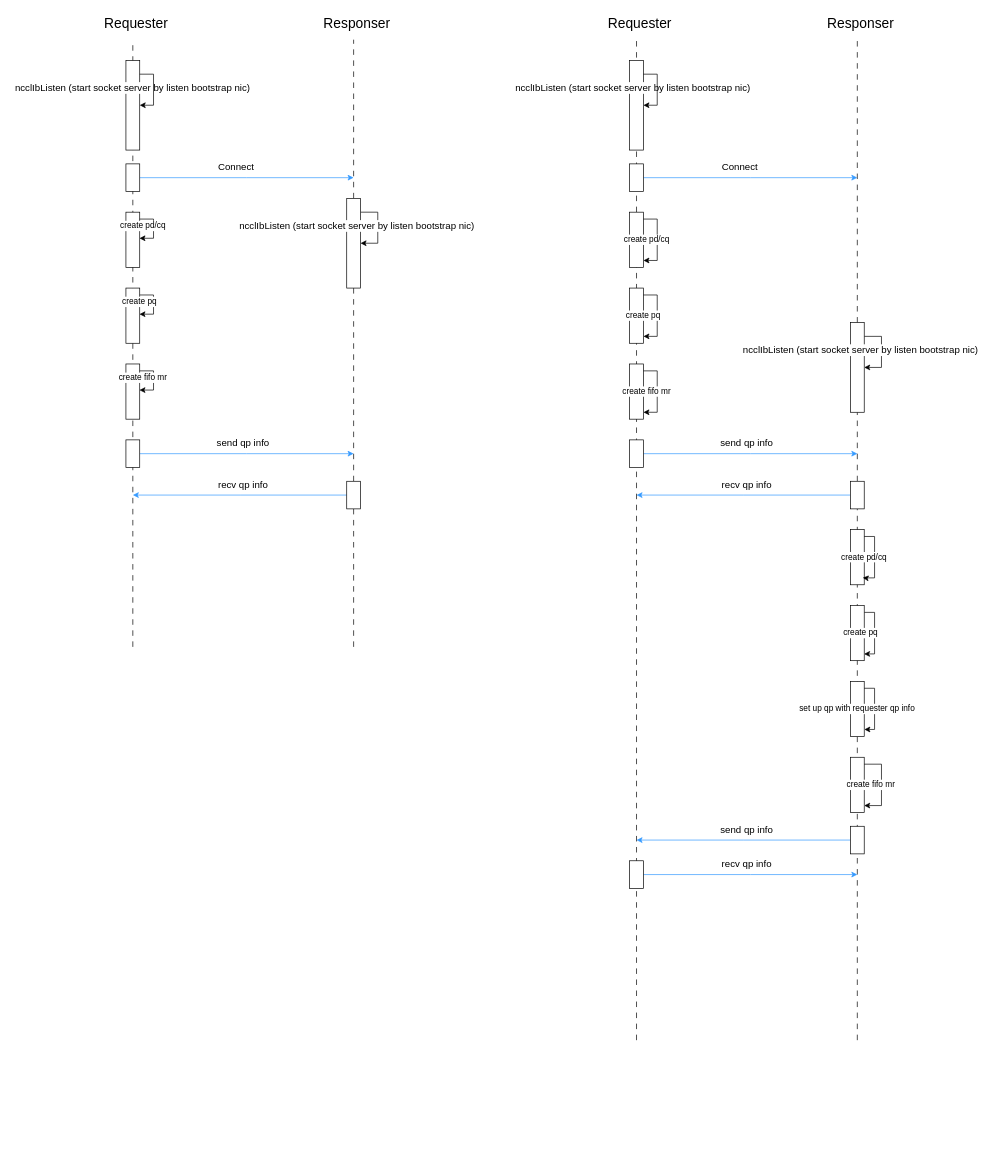
wehyy/my-world keeps this draw.io diagram as page "nccl-communication" (5 of 5) of infiniband.drawio. Above is the earlier version. Source tidied: cells renumbered, new cells numbered last; positions are measured from the earlier drawing's top-left corner, leaving out a move shared by most shapes. Both pictures are drawn from the tidied source at 69%, with x=0, y=0 at pixel (12, 12).
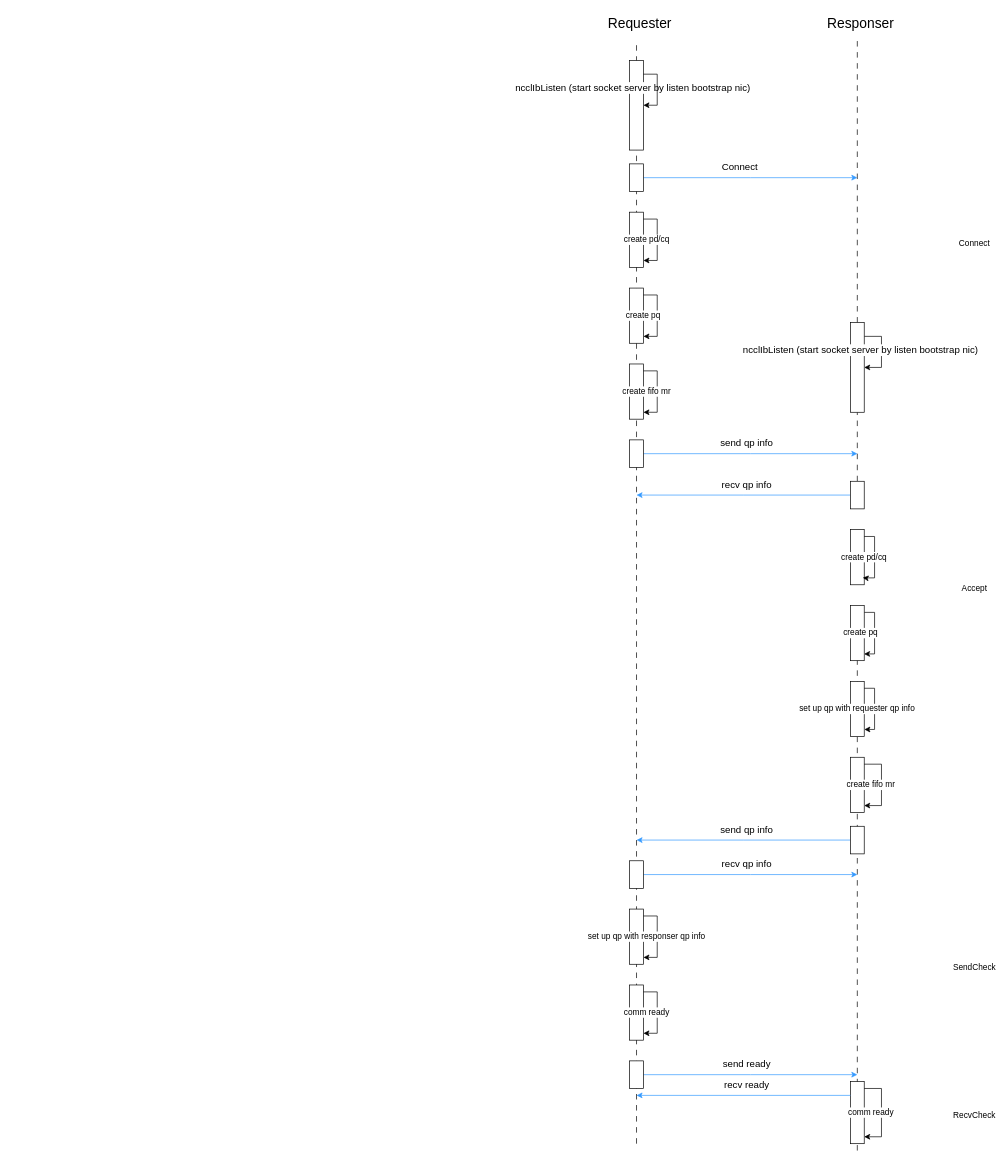
The same page after the edit.

The change refers to these unchanged cells:
```xml
<mxCell id="60" style="rounded=0;whiteSpace=wrap;html=1;align=center;verticalAlign=middle;fontFamily=Helvetica;fontSize=20;labelBackgroundColor=none;" parent="1" vertex="1">
  <mxGeometry x="1215" y="680" width="20" height="40" as="geometry" />
</mxCell>
```

Change to the diagram source:
```diff
@@
-    <mxCell id="2" value="Requester" style="text;strokeColor=none;align=center;fillColor=none;html=1;verticalAlign=middle;whiteSpace=wrap;rounded=0;fontFamily=Helvetica;fontSize=20;fontColor=default;labelBackgroundColor=none;" parent="1" vertex="1">
-      <mxGeometry x="115" width="130" height="30" as="geometry" />
-    </mxCell>
-    <mxCell id="3" value="Responser" style="text;strokeColor=none;align=center;fillColor=none;html=1;verticalAlign=middle;whiteSpace=wrap;rounded=0;fontFamily=Helvetica;fontSize=20;fontColor=default;labelBackgroundColor=none;" parent="1" vertex="1">
-      <mxGeometry x="435" width="130" height="30" as="geometry" />
-    </mxCell>
-    <mxCell id="4" style="endArrow=none;html=1;rounded=0;strokeColor=#000000;align=center;verticalAlign=middle;fontFamily=Helvetica;fontSize=24;fontColor=default;labelBackgroundColor=none;fillColor=#dae8fc;dashed=1;dashPattern=8 8;" parent="1" edge="1">
-      <mxGeometry relative="1" as="geometry">
-        <mxPoint x="175" y="920" as="sourcePoint" />
-        <mxPoint x="175" y="40" as="targetPoint" />
-      </mxGeometry>
-    </mxCell>
-    <mxCell id="5" style="endArrow=none;html=1;rounded=0;strokeColor=#000000;align=center;verticalAlign=middle;fontFamily=Helvetica;fontSize=24;fontColor=default;labelBackgroundColor=none;fillColor=#dae8fc;dashed=1;dashPattern=8 8;" parent="1" edge="1" source="26">
-      <mxGeometry relative="1" as="geometry">
-        <mxPoint x="495" y="40" as="targetPoint" />
-      </mxGeometry>
-    </mxCell>
-    <mxCell id="6" style="rounded=0;whiteSpace=wrap;html=1;align=center;verticalAlign=middle;fontFamily=Helvetica;fontSize=20;labelBackgroundColor=none;" parent="1" vertex="1">
-      <mxGeometry x="165" y="70" width="20" height="130" as="geometry" />
-    </mxCell>
-    <mxCell id="7" value="ncclIbListen (start socket server by listen bootstrap nic)" style="text;strokeColor=none;align=center;fillColor=none;html=1;verticalAlign=middle;whiteSpace=wrap;rounded=0;fontFamily=Helvetica;fontSize=14;fontColor=default;labelBackgroundColor=default;" parent="1" vertex="1">
-      <mxGeometry y="100" width="350" height="20" as="geometry" />
-    </mxCell>
-    <mxCell id="8" style="edgeStyle=orthogonalEdgeStyle;rounded=0;orthogonalLoop=1;jettySize=auto;html=1;entryX=1;entryY=0.5;entryDx=0;entryDy=0;strokeColor=#000000;align=center;verticalAlign=middle;fontFamily=Helvetica;fontSize=14;fontColor=default;labelBackgroundColor=none;endArrow=classic;fillColor=#dae8fc;" parent="1" edge="1" source="6" target="6">
-      <mxGeometry relative="1" as="geometry">
-        <Array as="points">
-          <mxPoint x="205" y="90" />
-          <mxPoint x="205" y="135" />
-        </Array>
-      </mxGeometry>
-    </mxCell>
-    <mxCell id="9" style="edgeStyle=orthogonalEdgeStyle;rounded=0;jettySize=auto;html=1;strokeColor=#3399FF;align=center;verticalAlign=middle;fontFamily=Helvetica;fontSize=14;fontColor=default;labelBackgroundColor=none;endArrow=classic;fillColor=#dae8fc;" parent="1" edge="1" source="10">
-      <mxGeometry relative="1" as="geometry">
-        <mxPoint x="495" y="240" as="targetPoint" />
-      </mxGeometry>
-    </mxCell>
-    <mxCell id="10" style="rounded=0;whiteSpace=wrap;html=1;align=center;verticalAlign=middle;fontFamily=Helvetica;fontSize=20;labelBackgroundColor=none;" parent="1" vertex="1">
-      <mxGeometry x="165" y="220" width="20" height="40" as="geometry" />
-    </mxCell>
-    <mxCell id="11" style="rounded=0;whiteSpace=wrap;html=1;align=center;verticalAlign=middle;fontFamily=Helvetica;fontSize=20;labelBackgroundColor=none;" parent="1" vertex="1">
-      <mxGeometry x="165" y="290" width="20" height="80" as="geometry" />
-    </mxCell>
-    <mxCell id="12" value="Connect" style="text;strokeColor=none;align=center;fillColor=none;html=1;verticalAlign=middle;whiteSpace=wrap;rounded=0;fontFamily=Helvetica;fontSize=14;fontColor=default;labelBackgroundColor=none;" parent="1" vertex="1">
-      <mxGeometry x="295" y="210" width="60" height="30" as="geometry" />
-    </mxCell>
-    <mxCell id="13" style="edgeStyle=orthogonalEdgeStyle;rounded=0;orthogonalLoop=1;jettySize=auto;html=1;entryX=0.98;entryY=0.473;entryDx=0;entryDy=0;entryPerimeter=0;" parent="1" edge="1" source="11" target="11">
-      <mxGeometry relative="1" as="geometry">
-        <Array as="points">
-          <mxPoint x="205" y="300" />
-          <mxPoint x="205" y="328" />
-        </Array>
-      </mxGeometry>
-    </mxCell>
-    <mxCell id="14" style="rounded=0;whiteSpace=wrap;html=1;align=center;verticalAlign=middle;fontFamily=Helvetica;fontSize=20;labelBackgroundColor=none;" parent="1" vertex="1">
-      <mxGeometry x="165" y="400" width="20" height="80" as="geometry" />
-    </mxCell>
-    <mxCell id="15" style="edgeStyle=orthogonalEdgeStyle;rounded=0;orthogonalLoop=1;jettySize=auto;html=1;entryX=0.98;entryY=0.473;entryDx=0;entryDy=0;entryPerimeter=0;" parent="1" edge="1" source="14" target="14">
-      <mxGeometry relative="1" as="geometry">
-        <Array as="points">
-          <mxPoint x="205" y="410" />
-          <mxPoint x="205" y="438" />
-        </Array>
-      </mxGeometry>
-    </mxCell>
-    <mxCell id="16" value="create pd/cq" style="text;strokeColor=none;align=center;fillColor=none;html=1;verticalAlign=middle;whiteSpace=wrap;rounded=0;labelBackgroundColor=default;" parent="1" vertex="1">
-      <mxGeometry x="155" y="300" width="70" height="20" as="geometry" />
-    </mxCell>
-    <mxCell id="17" value="create pq" style="text;strokeColor=none;align=center;fillColor=none;html=1;verticalAlign=middle;whiteSpace=wrap;rounded=0;labelBackgroundColor=default;" parent="1" vertex="1">
-      <mxGeometry x="145" y="410" width="80" height="20" as="geometry" />
-    </mxCell>
-    <mxCell id="18" style="rounded=0;whiteSpace=wrap;html=1;align=center;verticalAlign=middle;fontFamily=Helvetica;fontSize=20;labelBackgroundColor=none;" parent="1" vertex="1">
-      <mxGeometry x="165" y="510" width="20" height="80" as="geometry" />
-    </mxCell>
-    <mxCell id="19" style="edgeStyle=orthogonalEdgeStyle;rounded=0;orthogonalLoop=1;jettySize=auto;html=1;entryX=0.98;entryY=0.473;entryDx=0;entryDy=0;entryPerimeter=0;" parent="1" edge="1" source="18" target="18">
-      <mxGeometry relative="1" as="geometry">
-        <Array as="points">
-          <mxPoint x="205" y="520" />
-          <mxPoint x="205" y="548" />
-        </Array>
-      </mxGeometry>
-    </mxCell>
-    <mxCell id="20" value="create fifo mr" style="text;strokeColor=none;align=center;fillColor=none;html=1;verticalAlign=middle;whiteSpace=wrap;rounded=0;labelBackgroundColor=default;" parent="1" vertex="1">
-      <mxGeometry x="145" y="520" width="90" height="20" as="geometry" />
-    </mxCell>
-    <mxCell id="21" style="edgeStyle=orthogonalEdgeStyle;rounded=0;jettySize=auto;html=1;strokeColor=#3399FF;align=center;verticalAlign=middle;fontFamily=Helvetica;fontSize=14;fontColor=default;labelBackgroundColor=none;endArrow=classic;fillColor=#dae8fc;" parent="1" edge="1" source="22">
-      <mxGeometry relative="1" as="geometry">
-        <mxPoint x="495" y="640" as="targetPoint" />
-      </mxGeometry>
-    </mxCell>
-    <mxCell id="22" style="rounded=0;whiteSpace=wrap;html=1;align=center;verticalAlign=middle;fontFamily=Helvetica;fontSize=20;labelBackgroundColor=none;" parent="1" vertex="1">
-      <mxGeometry x="165" y="620" width="20" height="40" as="geometry" />
-    </mxCell>
-    <mxCell id="23" value="send qp info" style="text;strokeColor=none;align=center;fillColor=none;html=1;verticalAlign=middle;whiteSpace=wrap;rounded=0;fontFamily=Helvetica;fontSize=14;fontColor=default;labelBackgroundColor=none;" parent="1" vertex="1">
-      <mxGeometry x="295" y="610" width="80" height="30" as="geometry" />
-    </mxCell>
-    <mxCell id="24" style="edgeStyle=orthogonalEdgeStyle;rounded=0;orthogonalLoop=1;jettySize=auto;html=1;entryX=1;entryY=0.5;entryDx=0;entryDy=0;strokeColor=#000000;align=center;verticalAlign=middle;fontFamily=Helvetica;fontSize=14;fontColor=default;labelBackgroundColor=none;endArrow=classic;fillColor=#dae8fc;" parent="1" edge="1" source="26" target="26">
-      <mxGeometry relative="1" as="geometry">
-        <Array as="points">
-          <mxPoint x="530" y="290" />
-          <mxPoint x="530" y="335" />
-        </Array>
-      </mxGeometry>
-    </mxCell>
-    <mxCell id="25" style="endArrow=none;html=1;rounded=0;strokeColor=#000000;align=center;verticalAlign=middle;fontFamily=Helvetica;fontSize=24;fontColor=default;labelBackgroundColor=none;fillColor=#dae8fc;dashed=1;dashPattern=8 8;" parent="1" edge="1" source="30" target="26">
-      <mxGeometry relative="1" as="geometry" />
-    </mxCell>
-    <mxCell id="26" style="rounded=0;whiteSpace=wrap;html=1;align=center;verticalAlign=middle;fontFamily=Helvetica;fontSize=20;labelBackgroundColor=none;" parent="1" vertex="1">
-      <mxGeometry x="485" y="270" width="20" height="130" as="geometry" />
-    </mxCell>
-    <mxCell id="27" value="ncclIbListen (start socket server by listen bootstrap nic)" style="text;strokeColor=none;align=center;fillColor=none;html=1;verticalAlign=middle;whiteSpace=wrap;rounded=0;fontFamily=Helvetica;fontSize=14;fontColor=default;labelBackgroundColor=default;" parent="1" vertex="1">
-      <mxGeometry x="325" y="300" width="350" height="20" as="geometry" />
-    </mxCell>
-    <mxCell id="28" style="endArrow=none;html=1;rounded=0;strokeColor=#000000;align=center;verticalAlign=middle;fontFamily=Helvetica;fontSize=24;fontColor=default;labelBackgroundColor=none;fillColor=#dae8fc;dashed=1;dashPattern=8 8;" parent="1" edge="1" target="30">
-      <mxGeometry relative="1" as="geometry">
-        <mxPoint x="495" y="920" as="sourcePoint" />
-      </mxGeometry>
-    </mxCell>
-    <mxCell id="29" style="edgeStyle=orthogonalEdgeStyle;rounded=0;jettySize=auto;html=1;fontColor=#3399FF;strokeColor=#3399FF;" parent="1" edge="1" source="30">
-      <mxGeometry relative="1" as="geometry">
-        <mxPoint x="175" y="700" as="targetPoint" />
-      </mxGeometry>
-    </mxCell>
-    <mxCell id="30" style="rounded=0;whiteSpace=wrap;html=1;align=center;verticalAlign=middle;fontFamily=Helvetica;fontSize=20;labelBackgroundColor=none;" parent="1" vertex="1">
-      <mxGeometry x="485" y="680" width="20" height="40" as="geometry" />
-    </mxCell>
-    <mxCell id="31" value="recv qp info" style="text;strokeColor=none;align=center;fillColor=none;html=1;verticalAlign=middle;whiteSpace=wrap;rounded=0;fontFamily=Helvetica;fontSize=14;fontColor=default;labelBackgroundColor=none;" parent="1" vertex="1">
-      <mxGeometry x="295" y="670" width="80" height="30" as="geometry" />
-    </mxCell>
@@
     <mxCell id="34" style="endArrow=none;html=1;rounded=0;strokeColor=#000000;align=center;verticalAlign=middle;fontFamily=Helvetica;fontSize=24;fontColor=default;labelBackgroundColor=none;fillColor=#dae8fc;dashed=1;dashPattern=8 8;" parent="1" edge="1">
       <mxGeometry relative="1" as="geometry">
-        <mxPoint x="905" y="1490" as="sourcePoint" />
+        <mxPoint x="905" y="1640" as="sourcePoint" />
         <mxPoint x="905" y="40" as="targetPoint" />
       </mxGeometry>
     </mxCell>
@@
-    <mxCell id="58" style="endArrow=none;html=1;rounded=0;strokeColor=#000000;align=center;verticalAlign=middle;fontFamily=Helvetica;fontSize=24;fontColor=default;labelBackgroundColor=none;fillColor=#dae8fc;dashed=1;dashPattern=8 8;" parent="1" edge="1" target="60">
+    <mxCell id="58" style="endArrow=none;html=1;rounded=0;strokeColor=#000000;align=center;verticalAlign=middle;fontFamily=Helvetica;fontSize=24;fontColor=default;labelBackgroundColor=none;fillColor=#dae8fc;dashed=1;dashPattern=8 8;" parent="1" edge="1">
       <mxGeometry relative="1" as="geometry">
-        <mxPoint x="1225" y="1490" as="sourcePoint" />
+        <mxPoint x="1225" y="1650" as="sourcePoint" />
+        <mxPoint x="1225" y="880" as="targetPoint" />
       </mxGeometry>
     </mxCell>
@@
+    <mxCell id="81" style="rounded=0;whiteSpace=wrap;html=1;align=center;verticalAlign=middle;fontFamily=Helvetica;fontSize=20;labelBackgroundColor=none;" parent="1" vertex="1">
+      <mxGeometry x="895" y="1300" width="20" height="80" as="geometry" />
+    </mxCell>
+    <mxCell id="82" style="edgeStyle=orthogonalEdgeStyle;rounded=0;orthogonalLoop=1;jettySize=auto;html=1;" parent="1" edge="1" source="81" target="81">
+      <mxGeometry relative="1" as="geometry">
+        <Array as="points">
+          <mxPoint x="935" y="1310" />
+          <mxPoint x="935" y="1370" />
+        </Array>
+      </mxGeometry>
+    </mxCell>
+    <mxCell id="83" value="set up qp with responser qp info" style="text;strokeColor=none;align=center;fillColor=none;html=1;verticalAlign=middle;whiteSpace=wrap;rounded=0;labelBackgroundColor=default;" parent="1" vertex="1">
+      <mxGeometry x="825" y="1330" width="190" height="20" as="geometry" />
+    </mxCell>
+    <mxCell id="84" style="rounded=0;whiteSpace=wrap;html=1;align=center;verticalAlign=middle;fontFamily=Helvetica;fontSize=20;labelBackgroundColor=none;" parent="1" vertex="1">
+      <mxGeometry x="895" y="1410" width="20" height="80" as="geometry" />
+    </mxCell>
+    <mxCell id="85" style="edgeStyle=orthogonalEdgeStyle;rounded=0;orthogonalLoop=1;jettySize=auto;html=1;" parent="1" edge="1" source="84" target="84">
+      <mxGeometry relative="1" as="geometry">
+        <Array as="points">
+          <mxPoint x="935" y="1420" />
+          <mxPoint x="935" y="1480" />
+        </Array>
+      </mxGeometry>
+    </mxCell>
+    <mxCell id="86" value="comm ready" style="text;strokeColor=none;align=center;fillColor=none;html=1;verticalAlign=middle;whiteSpace=wrap;rounded=0;labelBackgroundColor=default;" parent="1" vertex="1">
+      <mxGeometry x="885" y="1440" width="70" height="20" as="geometry" />
+    </mxCell>
+    <mxCell id="87" style="edgeStyle=orthogonalEdgeStyle;rounded=0;jettySize=auto;html=1;strokeColor=#3399FF;align=center;verticalAlign=middle;fontFamily=Helvetica;fontSize=14;fontColor=default;labelBackgroundColor=none;endArrow=classic;fillColor=#dae8fc;" parent="1" edge="1" source="88">
+      <mxGeometry relative="1" as="geometry">
+        <mxPoint x="1225" y="1540" as="targetPoint" />
+      </mxGeometry>
+    </mxCell>
+    <mxCell id="88" style="rounded=0;whiteSpace=wrap;html=1;align=center;verticalAlign=middle;fontFamily=Helvetica;fontSize=20;labelBackgroundColor=none;" parent="1" vertex="1">
+      <mxGeometry x="895" y="1520" width="20" height="40" as="geometry" />
+    </mxCell>
+    <mxCell id="89" value="send ready" style="text;strokeColor=none;align=center;fillColor=none;html=1;verticalAlign=middle;whiteSpace=wrap;rounded=0;fontFamily=Helvetica;fontSize=14;fontColor=default;labelBackgroundColor=none;" parent="1" vertex="1">
+      <mxGeometry x="1025" y="1510" width="80" height="30" as="geometry" />
+    </mxCell>
+    <mxCell id="90" style="rounded=0;whiteSpace=wrap;html=1;align=center;verticalAlign=middle;fontFamily=Helvetica;fontSize=20;labelBackgroundColor=none;" parent="1" vertex="1">
+      <mxGeometry x="1215" y="1550" width="20" height="90" as="geometry" />
+    </mxCell>
+    <mxCell id="91" style="edgeStyle=orthogonalEdgeStyle;rounded=0;orthogonalLoop=1;jettySize=auto;html=1;" parent="1" edge="1" source="90" target="90">
+      <mxGeometry relative="1" as="geometry">
+        <Array as="points">
+          <mxPoint x="1260" y="1560" />
+          <mxPoint x="1260" y="1630" />
+        </Array>
+      </mxGeometry>
+    </mxCell>
+    <mxCell id="92" value="comm ready" style="text;strokeColor=none;align=center;fillColor=none;html=1;verticalAlign=middle;whiteSpace=wrap;rounded=0;labelBackgroundColor=default;" parent="1" vertex="1">
+      <mxGeometry x="1200" y="1585" width="90" height="20" as="geometry" />
+    </mxCell>
+    <mxCell id="93" style="edgeStyle=orthogonalEdgeStyle;rounded=0;orthogonalLoop=1;jettySize=auto;html=1;strokeColor=#3399FF;align=center;verticalAlign=middle;fontFamily=Helvetica;fontSize=14;fontColor=default;labelBackgroundColor=none;endArrow=none;fillColor=#dae8fc;startArrow=classic;startFill=1;endFill=0;" parent="1" edge="1">
+      <mxGeometry relative="1" as="geometry">
+        <mxPoint x="905" y="1570" as="sourcePoint" />
+        <mxPoint x="1215" y="1570" as="targetPoint" />
+      </mxGeometry>
+    </mxCell>
+    <mxCell id="94" value="recv ready" style="text;strokeColor=none;align=center;fillColor=none;html=1;verticalAlign=middle;whiteSpace=wrap;rounded=0;fontFamily=Helvetica;fontSize=14;fontColor=default;labelBackgroundColor=none;" parent="1" vertex="1">
+      <mxGeometry x="1025" y="1540" width="80" height="30" as="geometry" />
+    </mxCell>
+    <mxCell id="12" value="Connect" style="text;strokeColor=none;align=center;fillColor=none;html=1;verticalAlign=middle;whiteSpace=wrap;rounded=0;" parent="1" vertex="1">
+      <mxGeometry x="1365" y="320" width="60" height="30" as="geometry" />
+    </mxCell>
+    <mxCell id="95" value="Accept" style="text;strokeColor=none;align=center;fillColor=none;html=1;verticalAlign=middle;whiteSpace=wrap;rounded=0;" parent="1" vertex="1">
+      <mxGeometry x="1365" y="820" width="60" height="30" as="geometry" />
+    </mxCell>
+    <mxCell id="96" value="SendCheck" style="text;strokeColor=none;align=center;fillColor=none;html=1;verticalAlign=middle;whiteSpace=wrap;rounded=0;" parent="1" vertex="1">
+      <mxGeometry x="1365" y="1370" width="60" height="30" as="geometry" />
+    </mxCell>
+    <mxCell id="97" value="RecvCheck" style="text;strokeColor=none;align=center;fillColor=none;html=1;verticalAlign=middle;whiteSpace=wrap;rounded=0;" parent="1" vertex="1">
+      <mxGeometry x="1365" y="1585" width="60" height="30" as="geometry" />
+    </mxCell>
```
